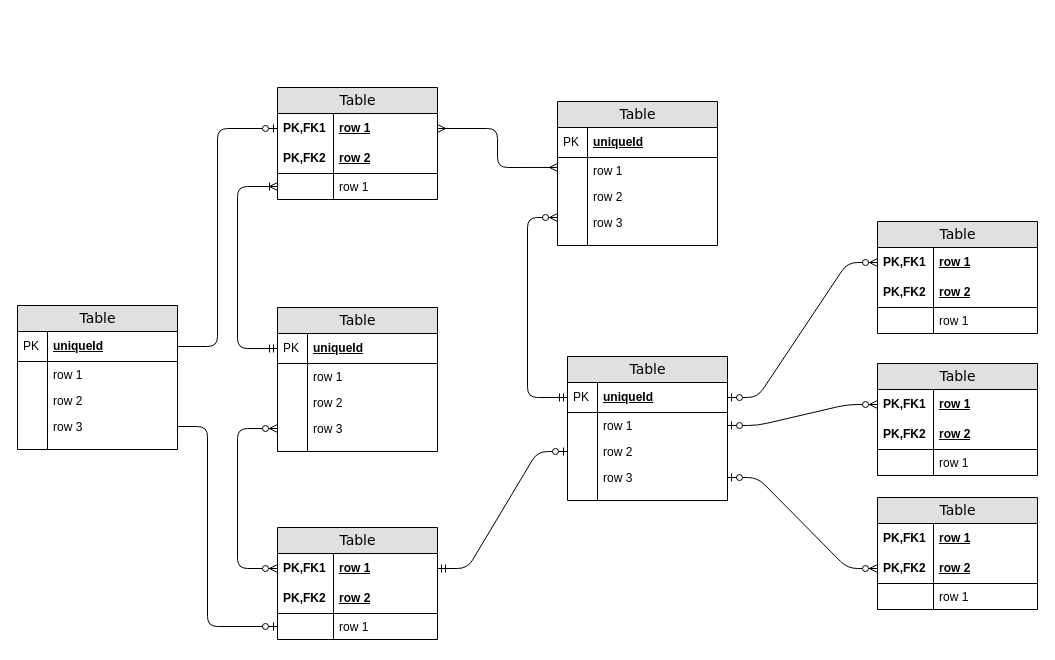
The draw.io diagram doc/entityRelation.drawio in yezhen701/VTCAD, before the edit. Source tidied: cells renumbered, new cells numbered last; positions are measured from the earlier drawing's top-left corner, leaving out a move shared by most shapes. Both pictures are drawn from the tidied source at 100%, with x=0, y=0 at pixel (17, 87).
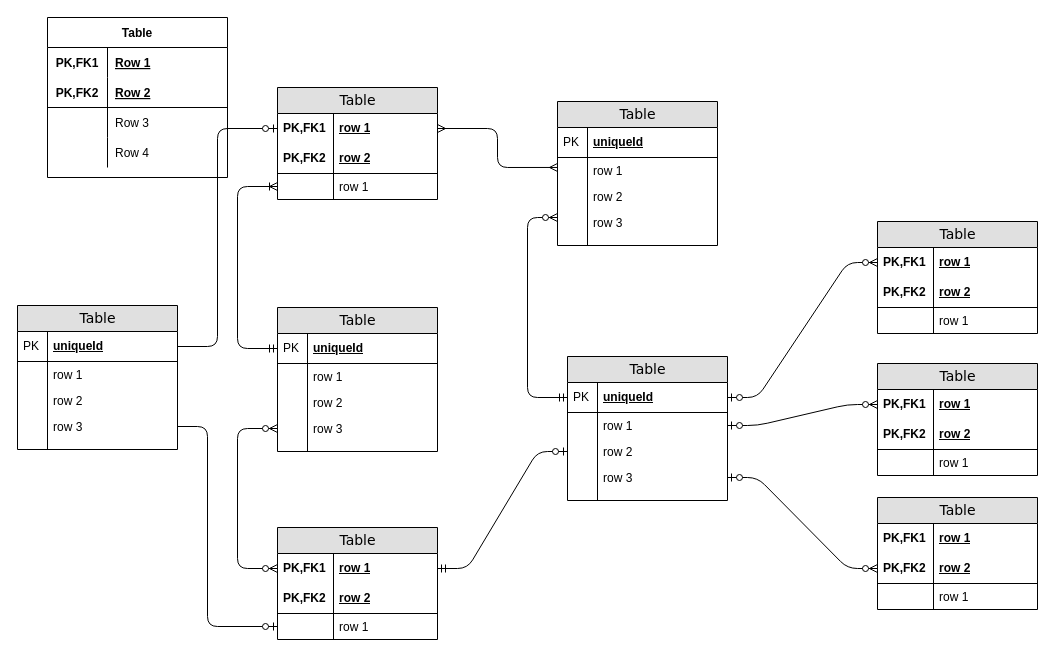
The same page after the edit.

Unchanged cells that the change refers to:
```xml
<mxCell id="32" value="uniqueId" style="shape=partialRectangle;top=0;left=0;right=0;bottom=1;html=1;align=left;verticalAlign=middle;fillColor=none;spacingLeft=34;spacingRight=4;whiteSpace=wrap;overflow=hidden;points=[[0,0.5],[1,0.5]];portConstraint=eastwest;fontStyle=5;" parent="31" vertex="1">
  <mxGeometry y="26" width="160" height="30" as="geometry" />
</mxCell>
<mxCell id="43" value="row 1" style="shape=partialRectangle;top=0;left=0;right=0;bottom=0;html=1;align=left;verticalAlign=middle;fillColor=none;spacingLeft=60;spacingRight=4;whiteSpace=wrap;overflow=hidden;points=[[0,0.5],[1,0.5]];portConstraint=eastwest;fontStyle=5;" parent="42" vertex="1">
  <mxGeometry y="26" width="160" height="30" as="geometry" />
</mxCell>
```

Diff of the diagram source:
```diff
@@
-    <mxCell id="2" value="Table" style="swimlane;html=1;fontStyle=0;horizontal=1;startSize=26;fillColor=#e0e0e0;swimlaneFillColor=#ffffff;align=center;rounded=0;shadow=0;comic=0;labelBackgroundColor=none;strokeWidth=1;fontFamily=Verdana;fontSize=14;" parent="1" vertex="1">
+    <mxCell id="2" value="Table" style="swimlane;html=1;fontStyle=0;horizontal=1;startSize=26;fillColor=#e0e0e0;swimlaneFillColor=#ffffff;align=center;rounded=0;shadow=0;comic=0;labelBackgroundColor=none;strokeWidth=1;fontFamily=Verdana;fontSize=14;strokeColor=default;fontColor=default;" parent="1" vertex="1">
       <mxGeometry x="260" width="160" height="112" as="geometry" />
     </mxCell>
@@
-    <mxCell id="9" value="Table" style="swimlane;html=1;fontStyle=0;horizontal=1;startSize=26;fillColor=#e0e0e0;swimlaneFillColor=#ffffff;align=center;rounded=0;shadow=0;comic=0;labelBackgroundColor=none;strokeWidth=1;fontFamily=Verdana;fontSize=14;swimlaneLine=1;" parent="1" vertex="1">
+    <mxCell id="9" value="Table" style="swimlane;html=1;fontStyle=0;horizontal=1;startSize=26;fillColor=#e0e0e0;swimlaneFillColor=#ffffff;align=center;rounded=0;shadow=0;comic=0;labelBackgroundColor=none;strokeWidth=1;fontFamily=Verdana;fontSize=14;swimlaneLine=1;strokeColor=default;fontColor=default;" parent="1" vertex="1">
       <mxGeometry x="540" y="14" width="160" height="144" as="geometry" />
     </mxCell>
@@
-    <mxCell id="61" style="edgeStyle=entityRelationEdgeStyle;html=1;endArrow=ERzeroToMany;startArrow=ERzeroToOne;labelBackgroundColor=none;fontFamily=Verdana;fontSize=14;entryX=0;entryY=0.5;exitX=1;exitY=0.5;" parent="1" edge="1" source="32" target="43">
+    <mxCell id="61" style="edgeStyle=entityRelationEdgeStyle;html=1;endArrow=ERzeroToMany;startArrow=ERzeroToOne;labelBackgroundColor=none;fontFamily=Verdana;fontSize=14;entryX=0;entryY=0.5;exitX=1;exitY=0.5;strokeColor=default;fontColor=default;" parent="1" edge="1" source="32" target="43">
       <mxGeometry relative="1" as="geometry" />
     </mxCell>
@@
+    <mxCell id="91" value="Table" style="shape=table;startSize=30;childLayout=tableLayout;rowLines=0;fontStyle=1;align=center;fontColor=default;strokeColor=default;fillColor=default;" parent="1" vertex="1">
+      <mxGeometry x="30" y="-70" width="180" height="160" as="geometry" />
+    </mxCell>
+    <mxCell id="92" style="shape=partialRectangle;fillColor=none;top=0;left=0;bottom=0;right=0;fontColor=default;strokeColor=default;" parent="91" vertex="1">
+      <mxGeometry y="30" width="180" height="30" as="geometry" />
+    </mxCell>
+    <mxCell id="93" value="PK,FK1" style="shape=partialRectangle;fillColor=none;top=0;left=0;bottom=0;right=0;fontStyle=1;overflow=hidden;fontColor=default;strokeColor=default;" parent="92" vertex="1">
+      <mxGeometry width="60" height="30" as="geometry" />
+    </mxCell>
+    <mxCell id="94" value="Row 1" style="shape=partialRectangle;fillColor=none;top=0;left=0;bottom=0;right=0;align=left;spacingLeft=6;fontStyle=5;overflow=hidden;fontColor=default;strokeColor=default;" parent="92" vertex="1">
+      <mxGeometry x="60" width="120" height="30" as="geometry" />
+    </mxCell>
+    <mxCell id="95" style="shape=partialRectangle;fillColor=none;top=0;left=0;bottom=1;right=0;fontColor=default;strokeColor=default;" parent="91" vertex="1">
+      <mxGeometry y="60" width="180" height="30" as="geometry" />
+    </mxCell>
+    <mxCell id="96" value="PK,FK2" style="shape=partialRectangle;fillColor=none;top=0;left=0;bottom=0;right=0;fontStyle=1;overflow=hidden;fontColor=default;strokeColor=default;" parent="95" vertex="1">
+      <mxGeometry width="60" height="30" as="geometry" />
+    </mxCell>
+    <mxCell id="97" value="Row 2" style="shape=partialRectangle;fillColor=none;top=0;left=0;bottom=0;right=0;align=left;spacingLeft=6;fontStyle=5;overflow=hidden;fontColor=default;strokeColor=default;" parent="95" vertex="1">
+      <mxGeometry x="60" width="120" height="30" as="geometry" />
+    </mxCell>
+    <mxCell id="98" style="shape=partialRectangle;fillColor=none;top=0;left=0;bottom=0;right=0;fontColor=default;strokeColor=default;" parent="91" vertex="1">
+      <mxGeometry y="90" width="180" height="30" as="geometry" />
+    </mxCell>
+    <mxCell id="99" style="shape=partialRectangle;fillColor=none;top=0;left=0;bottom=0;right=0;overflow=hidden;fontColor=default;strokeColor=default;" parent="98" vertex="1">
+      <mxGeometry width="60" height="30" as="geometry" />
+    </mxCell>
+    <mxCell id="100" value="Row 3" style="shape=partialRectangle;fillColor=none;top=0;left=0;bottom=0;right=0;align=left;spacingLeft=6;overflow=hidden;fontColor=default;strokeColor=default;" parent="98" vertex="1">
+      <mxGeometry x="60" width="120" height="30" as="geometry" />
+    </mxCell>
+    <mxCell id="101" style="shape=partialRectangle;fillColor=none;top=0;left=0;bottom=0;right=0;fontColor=default;strokeColor=default;" parent="91" vertex="1">
+      <mxGeometry y="120" width="180" height="30" as="geometry" />
+    </mxCell>
+    <mxCell id="102" style="shape=partialRectangle;fillColor=none;top=0;left=0;bottom=0;right=0;overflow=hidden;fontColor=default;strokeColor=default;" parent="101" vertex="1">
+      <mxGeometry width="60" height="30" as="geometry" />
+    </mxCell>
+    <mxCell id="103" value="Row 4" style="shape=partialRectangle;fillColor=none;top=0;left=0;bottom=0;right=0;align=left;spacingLeft=6;overflow=hidden;fontColor=default;strokeColor=default;" parent="101" vertex="1">
+      <mxGeometry x="60" width="120" height="30" as="geometry" />
+    </mxCell>
```
